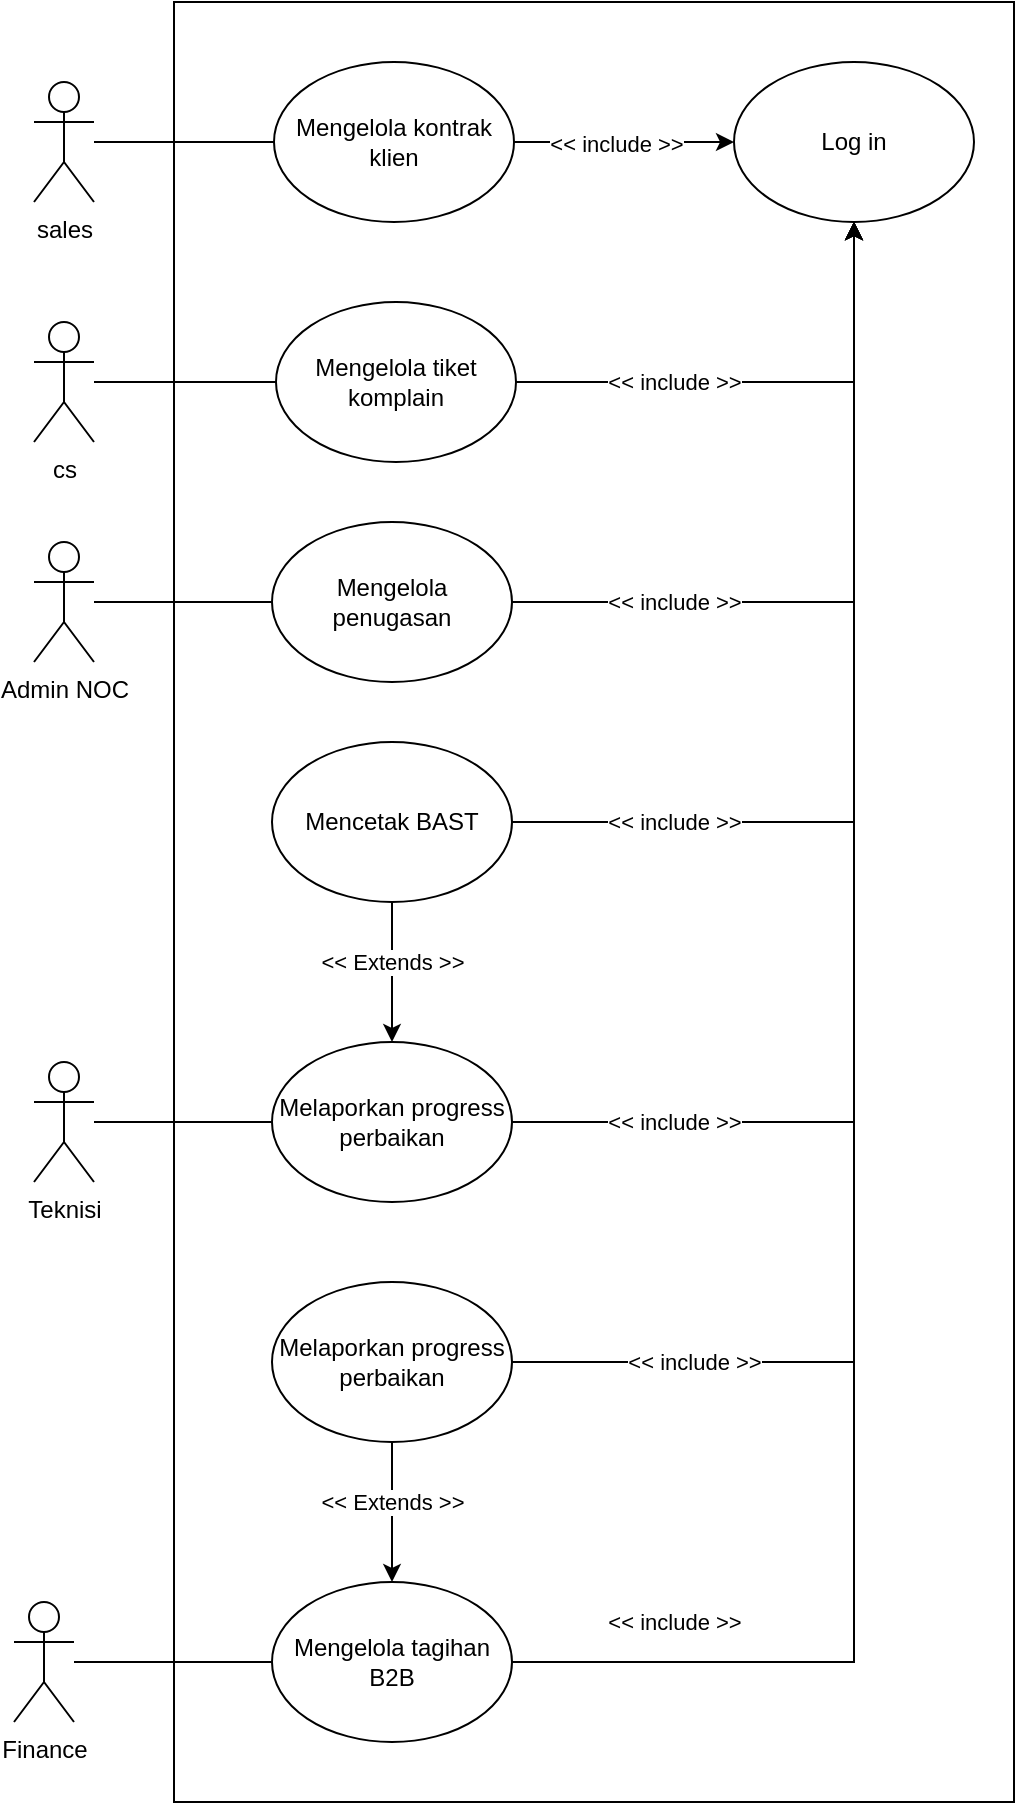
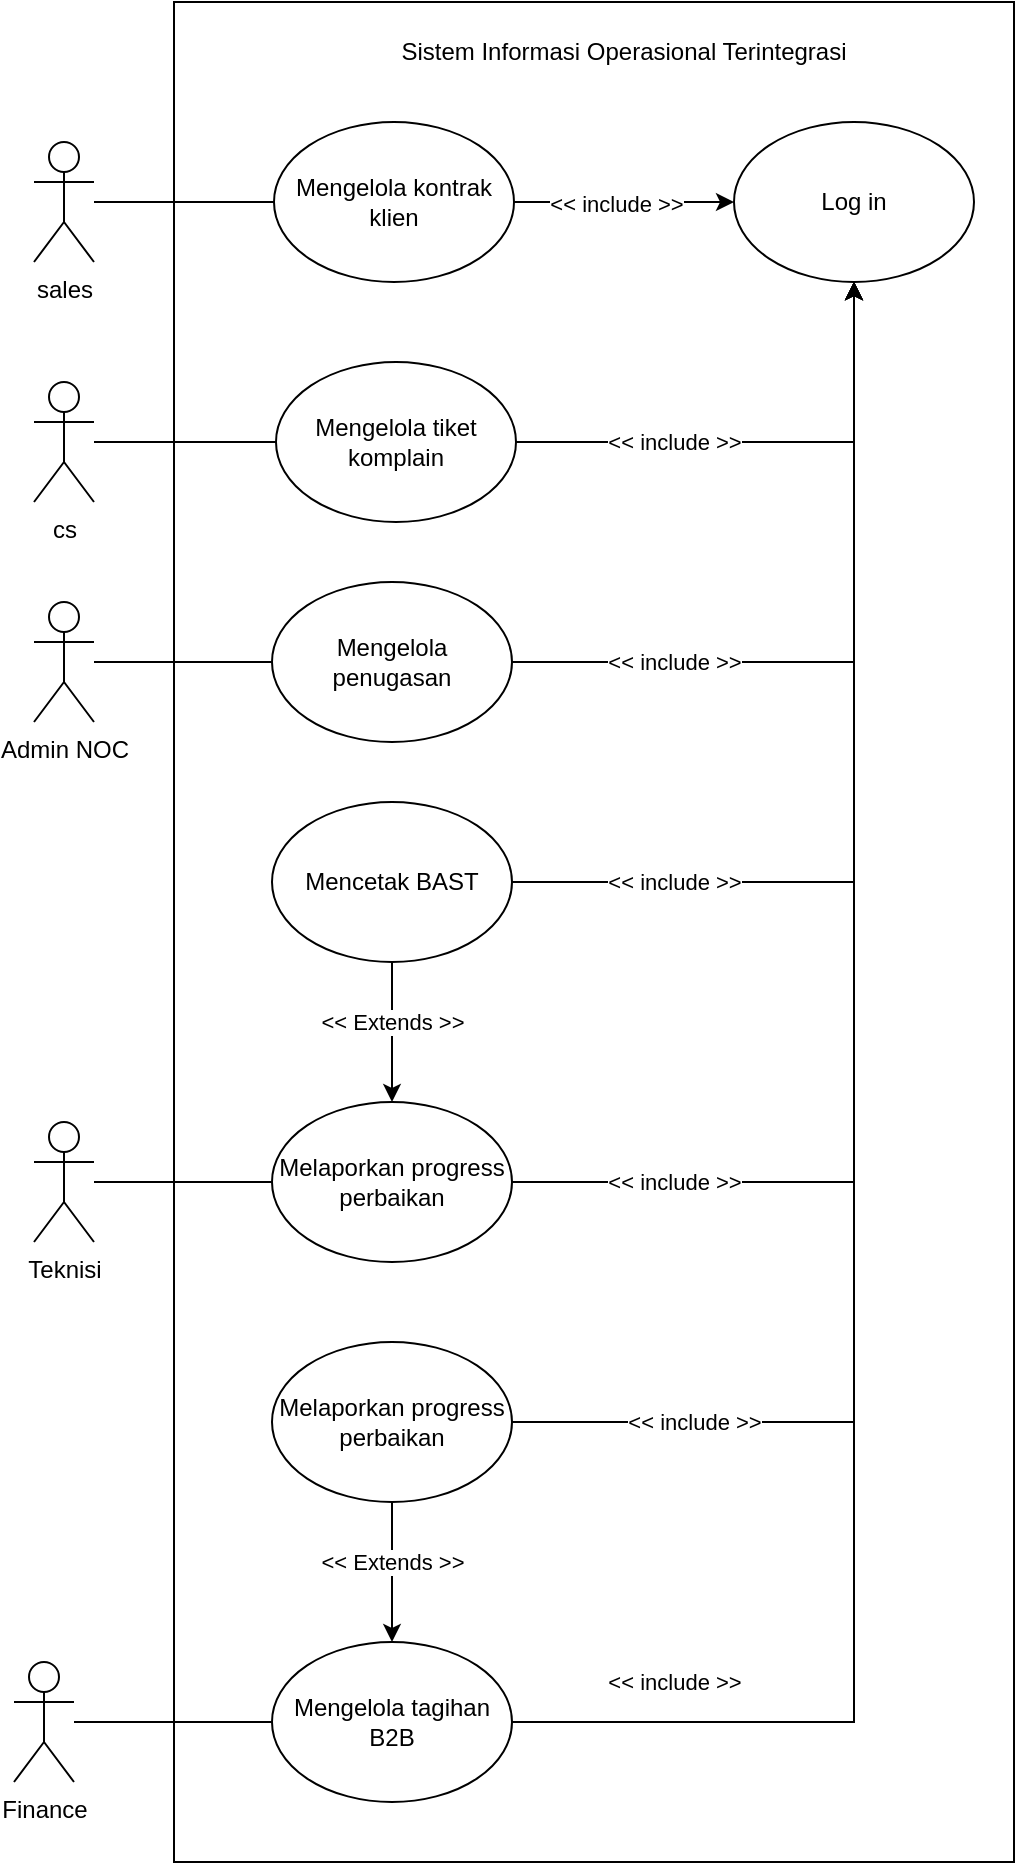
<mxfile host="app.diagrams.net">
  <diagram name="Halaman-1" id="tqs_mUWXiHPOxTAnvLCT">
-     <mxGraphModel dx="1471" dy="814" grid="1" gridSize="10" guides="1" tooltips="1" connect="1" arrows="1" fold="1" page="1" pageScale="1" pageWidth="827" pageHeight="1169" math="0" shadow="0">
+     <mxGraphModel dx="824" dy="456" grid="1" gridSize="10" guides="1" tooltips="1" connect="1" arrows="1" fold="1" page="1" pageScale="1" pageWidth="827" pageHeight="1169" math="0" shadow="0">
      <root>
        <mxCell id="0" />
        <mxCell id="1" parent="0" />
        <mxCell id="lVlfZHm6UShKGzl6mXll-13" edge="1" parent="1" source="lVlfZHm6UShKGzl6mXll-1" style="edgeStyle=orthogonalEdgeStyle;rounded=0;orthogonalLoop=1;jettySize=auto;html=1;entryX=0;entryY=0.5;entryDx=0;entryDy=0;endArrow=none;endFill=0;" target="lVlfZHm6UShKGzl6mXll-4">
          <mxGeometry relative="1" as="geometry" />
        </mxCell>
        <mxCell id="lVlfZHm6UShKGzl6mXll-1" parent="1" style="shape=umlActor;verticalLabelPosition=bottom;verticalAlign=top;html=1;outlineConnect=0;" value="sales" vertex="1">
          <mxGeometry height="60" width="30" x="150" y="100" as="geometry" />
        </mxCell>
        <mxCell id="lVlfZHm6UShKGzl6mXll-14" edge="1" parent="1" source="lVlfZHm6UShKGzl6mXll-2" style="edgeStyle=orthogonalEdgeStyle;rounded=0;orthogonalLoop=1;jettySize=auto;html=1;endArrow=none;endFill=0;" target="lVlfZHm6UShKGzl6mXll-5">
          <mxGeometry relative="1" as="geometry" />
        </mxCell>
        <mxCell id="lVlfZHm6UShKGzl6mXll-2" parent="1" style="shape=umlActor;verticalLabelPosition=bottom;verticalAlign=top;html=1;outlineConnect=0;" value="cs" vertex="1">
          <mxGeometry height="60" width="30" x="150" y="220" as="geometry" />
        </mxCell>
        <mxCell id="lVlfZHm6UShKGzl6mXll-16" edge="1" parent="1" source="lVlfZHm6UShKGzl6mXll-3" style="edgeStyle=orthogonalEdgeStyle;rounded=0;orthogonalLoop=1;jettySize=auto;html=1;entryX=0;entryY=0.5;entryDx=0;entryDy=0;endArrow=none;endFill=0;" target="lVlfZHm6UShKGzl6mXll-6">
          <mxGeometry relative="1" as="geometry" />
        </mxCell>
        <mxCell id="lVlfZHm6UShKGzl6mXll-3" parent="1" style="shape=umlActor;verticalLabelPosition=bottom;verticalAlign=top;html=1;outlineConnect=0;" value="Admin NOC" vertex="1">
          <mxGeometry height="60" width="30" x="150" y="330" as="geometry" />
        </mxCell>
        <mxCell id="lVlfZHm6UShKGzl6mXll-33" edge="1" parent="1" source="lVlfZHm6UShKGzl6mXll-4" style="edgeStyle=orthogonalEdgeStyle;rounded=0;orthogonalLoop=1;jettySize=auto;html=1;entryX=0;entryY=0.5;entryDx=0;entryDy=0;" target="lVlfZHm6UShKGzl6mXll-24">
          <mxGeometry relative="1" as="geometry" />
        </mxCell>
        <mxCell id="lVlfZHm6UShKGzl6mXll-34" connectable="0" parent="lVlfZHm6UShKGzl6mXll-33" style="edgeLabel;html=1;align=center;verticalAlign=middle;resizable=0;points=[];" value="&amp;lt;&amp;lt; include &amp;gt;&amp;gt;" vertex="1">
          <mxGeometry relative="1" x="-0.0814" y="-1" as="geometry">
            <mxPoint as="offset" />
          </mxGeometry>
        </mxCell>
        <mxCell id="lVlfZHm6UShKGzl6mXll-4" parent="1" style="ellipse;whiteSpace=wrap;html=1;" value="Mengelola kontrak klien&lt;span style=&quot;color: rgba(0, 0, 0, 0); font-family: monospace; font-size: 0px; text-align: start; white-space: nowrap;&quot;&gt;%3CmxGraphModel%3E%3Croot%3E%3CmxCell%20id%3D%220%22%2F%3E%3CmxCell%20id%3D%221%22%20parent%3D%220%22%2F%3E%3CmxCell%20id%3D%222%22%20parent%3D%221%22%20style%3D%22shape%3DumlActor%3BverticalLabelPosition%3Dbottom%3BverticalAlign%3Dtop%3Bhtml%3D1%3BoutlineConnect%3D0%3B%22%20value%3D%22cs%22%20vertex%3D%221%22%3E%3CmxGeometry%20height%3D%2260%22%20width%3D%2230%22%20x%3D%22150%22%20y%3D%22210%22%20as%3D%22geometry%22%2F%3E%3C%2FmxCell%3E%3C%2Froot%3E%3C%2FmxGraphModel%3E&lt;/span&gt;&lt;span style=&quot;color: rgba(0, 0, 0, 0); font-family: monospace; font-size: 0px; text-align: start; white-space: nowrap;&quot;&gt;%3CmxGraphModel%3E%3Croot%3E%3CmxCell%20id%3D%220%22%2F%3E%3CmxCell%20id%3D%221%22%20parent%3D%220%22%2F%3E%3CmxCell%20id%3D%222%22%20parent%3D%221%22%20style%3D%22shape%3DumlActor%3BverticalLabelPosition%3Dbottom%3BverticalAlign%3Dtop%3Bhtml%3D1%3BoutlineConnect%3D0%3B%22%20value%3D%22cs%22%20vertex%3D%221%22%3E%3CmxGeometry%20height%3D%2260%22%20width%3D%2230%22%20x%3D%22150%22%20y%3D%22210%22%20as%3D%22geometry%22%2F%3E%3C%2FmxCell%3E%3C%2Froot%3E%3C%2FmxGraphModel%3E&lt;/span&gt;" vertex="1">
          <mxGeometry height="80" width="120" x="270" y="90" as="geometry" />
        </mxCell>
        <mxCell id="lVlfZHm6UShKGzl6mXll-32" edge="1" parent="1" source="lVlfZHm6UShKGzl6mXll-5" style="edgeStyle=orthogonalEdgeStyle;rounded=0;orthogonalLoop=1;jettySize=auto;html=1;entryX=0.5;entryY=1;entryDx=0;entryDy=0;" target="lVlfZHm6UShKGzl6mXll-24">
          <mxGeometry relative="1" as="geometry" />
        </mxCell>
        <mxCell id="lVlfZHm6UShKGzl6mXll-5" parent="1" style="ellipse;whiteSpace=wrap;html=1;" value="Mengelola tiket komplain" vertex="1">
          <mxGeometry height="80" width="120" x="271" y="210" as="geometry" />
        </mxCell>
        <mxCell id="lVlfZHm6UShKGzl6mXll-25" edge="1" parent="1" source="lVlfZHm6UShKGzl6mXll-6" style="edgeStyle=orthogonalEdgeStyle;rounded=0;orthogonalLoop=1;jettySize=auto;html=1;" target="lVlfZHm6UShKGzl6mXll-24">
          <mxGeometry relative="1" as="geometry" />
        </mxCell>
        <mxCell id="lVlfZHm6UShKGzl6mXll-6" parent="1" style="ellipse;whiteSpace=wrap;html=1;" value="Mengelola penugasan" vertex="1">
          <mxGeometry height="80" width="120" x="269" y="320" as="geometry" />
        </mxCell>
        <mxCell id="lVlfZHm6UShKGzl6mXll-17" edge="1" parent="1" source="lVlfZHm6UShKGzl6mXll-7" style="edgeStyle=orthogonalEdgeStyle;rounded=0;orthogonalLoop=1;jettySize=auto;html=1;entryX=0.5;entryY=0;entryDx=0;entryDy=0;" target="lVlfZHm6UShKGzl6mXll-8">
          <mxGeometry relative="1" as="geometry" />
        </mxCell>
        <mxCell id="lVlfZHm6UShKGzl6mXll-31" edge="1" parent="1" source="lVlfZHm6UShKGzl6mXll-7" style="edgeStyle=orthogonalEdgeStyle;rounded=0;orthogonalLoop=1;jettySize=auto;html=1;entryX=0.5;entryY=1;entryDx=0;entryDy=0;" target="lVlfZHm6UShKGzl6mXll-24">
          <mxGeometry relative="1" as="geometry" />
        </mxCell>
        <mxCell id="lVlfZHm6UShKGzl6mXll-7" parent="1" style="ellipse;whiteSpace=wrap;html=1;" value="Mencetak BAST" vertex="1">
          <mxGeometry height="80" width="120" x="269" y="430" as="geometry" />
        </mxCell>
        <mxCell id="lVlfZHm6UShKGzl6mXll-27" edge="1" parent="1" source="lVlfZHm6UShKGzl6mXll-8" style="edgeStyle=orthogonalEdgeStyle;rounded=0;orthogonalLoop=1;jettySize=auto;html=1;" target="lVlfZHm6UShKGzl6mXll-24">
          <mxGeometry relative="1" as="geometry" />
        </mxCell>
        <mxCell id="lVlfZHm6UShKGzl6mXll-8" parent="1" style="ellipse;whiteSpace=wrap;html=1;" value="Melaporkan progress perbaikan" vertex="1">
          <mxGeometry height="80" width="120" x="269" y="580" as="geometry" />
        </mxCell>
        <mxCell id="lVlfZHm6UShKGzl6mXll-23" edge="1" parent="1" source="lVlfZHm6UShKGzl6mXll-9" style="edgeStyle=orthogonalEdgeStyle;rounded=0;orthogonalLoop=1;jettySize=auto;html=1;entryX=0.5;entryY=0;entryDx=0;entryDy=0;" target="lVlfZHm6UShKGzl6mXll-10">
          <mxGeometry relative="1" as="geometry" />
        </mxCell>
        <mxCell id="lVlfZHm6UShKGzl6mXll-29" edge="1" parent="1" source="lVlfZHm6UShKGzl6mXll-9" style="edgeStyle=orthogonalEdgeStyle;rounded=0;orthogonalLoop=1;jettySize=auto;html=1;entryX=0.5;entryY=1;entryDx=0;entryDy=0;" target="lVlfZHm6UShKGzl6mXll-24">
          <mxGeometry relative="1" as="geometry" />
        </mxCell>
        <mxCell id="lVlfZHm6UShKGzl6mXll-9" parent="1" style="ellipse;whiteSpace=wrap;html=1;" value="Melaporkan progress perbaikan" vertex="1">
          <mxGeometry height="80" width="120" x="269" y="700" as="geometry" />
        </mxCell>
        <mxCell id="lVlfZHm6UShKGzl6mXll-30" edge="1" parent="1" source="lVlfZHm6UShKGzl6mXll-10" style="edgeStyle=orthogonalEdgeStyle;rounded=0;orthogonalLoop=1;jettySize=auto;html=1;" target="lVlfZHm6UShKGzl6mXll-24">
          <mxGeometry relative="1" as="geometry" />
        </mxCell>
        <mxCell id="lVlfZHm6UShKGzl6mXll-10" parent="1" style="ellipse;whiteSpace=wrap;html=1;" value="Mengelola tagihan B2B" vertex="1">
          <mxGeometry height="80" width="120" x="269" y="850" as="geometry" />
        </mxCell>
        <mxCell id="lVlfZHm6UShKGzl6mXll-19" edge="1" parent="1" source="lVlfZHm6UShKGzl6mXll-18" style="edgeStyle=orthogonalEdgeStyle;rounded=0;orthogonalLoop=1;jettySize=auto;html=1;endArrow=none;endFill=0;" target="lVlfZHm6UShKGzl6mXll-8">
          <mxGeometry relative="1" as="geometry" />
        </mxCell>
        <mxCell id="lVlfZHm6UShKGzl6mXll-18" parent="1" style="shape=umlActor;verticalLabelPosition=bottom;verticalAlign=top;html=1;outlineConnect=0;" value="Teknisi" vertex="1">
          <mxGeometry height="60" width="30" x="150" y="590" as="geometry" />
        </mxCell>
        <mxCell id="lVlfZHm6UShKGzl6mXll-21" edge="1" parent="1" source="lVlfZHm6UShKGzl6mXll-20" style="edgeStyle=orthogonalEdgeStyle;rounded=0;orthogonalLoop=1;jettySize=auto;html=1;endArrow=none;endFill=0;" target="lVlfZHm6UShKGzl6mXll-10">
          <mxGeometry relative="1" as="geometry" />
        </mxCell>
        <mxCell id="lVlfZHm6UShKGzl6mXll-20" parent="1" style="shape=umlActor;verticalLabelPosition=bottom;verticalAlign=top;html=1;outlineConnect=0;" value="Finance" vertex="1">
          <mxGeometry height="60" width="30" x="140" y="860" as="geometry" />
        </mxCell>
        <mxCell id="lVlfZHm6UShKGzl6mXll-24" parent="1" style="ellipse;whiteSpace=wrap;html=1;" value="Log in" vertex="1">
          <mxGeometry height="80" width="120" x="500" y="90" as="geometry" />
        </mxCell>
        <mxCell id="lVlfZHm6UShKGzl6mXll-35" connectable="0" parent="1" style="edgeLabel;html=1;align=center;verticalAlign=middle;resizable=0;points=[];" value="&amp;lt;&amp;lt; include &amp;gt;&amp;gt;" vertex="1">
          <mxGeometry x="470" y="250" as="geometry" />
        </mxCell>
        <mxCell id="lVlfZHm6UShKGzl6mXll-37" connectable="0" parent="1" style="edgeLabel;html=1;align=center;verticalAlign=middle;resizable=0;points=[];" value="&amp;lt;&amp;lt; include &amp;gt;&amp;gt;" vertex="1">
          <mxGeometry x="470" y="360" as="geometry" />
        </mxCell>
        <mxCell id="lVlfZHm6UShKGzl6mXll-40" connectable="0" parent="1" style="edgeLabel;html=1;align=center;verticalAlign=middle;resizable=0;points=[];" value="&amp;lt;&amp;lt; include &amp;gt;&amp;gt;" vertex="1">
          <mxGeometry x="470" y="470" as="geometry" />
        </mxCell>
        <mxCell id="lVlfZHm6UShKGzl6mXll-45" connectable="0" parent="1" style="edgeLabel;html=1;align=center;verticalAlign=middle;resizable=0;points=[];" value="&amp;lt;&amp;lt; Extends &amp;gt;&amp;gt;" vertex="1">
          <mxGeometry x="329" y="540" as="geometry" />
        </mxCell>
        <mxCell id="lVlfZHm6UShKGzl6mXll-48" connectable="0" parent="1" style="edgeLabel;html=1;align=center;verticalAlign=middle;resizable=0;points=[];" value="&amp;lt;&amp;lt; include &amp;gt;&amp;gt;" vertex="1">
          <mxGeometry x="470" y="620" as="geometry" />
        </mxCell>
        <mxCell id="lVlfZHm6UShKGzl6mXll-49" connectable="0" parent="1" style="edgeLabel;html=1;align=center;verticalAlign=middle;resizable=0;points=[];" value="&amp;lt;&amp;lt; include &amp;gt;&amp;gt;" vertex="1">
          <mxGeometry x="476" y="868" as="geometry">
            <mxPoint x="-6" y="2" as="offset" />
          </mxGeometry>
        </mxCell>
        <mxCell id="lVlfZHm6UShKGzl6mXll-50" connectable="0" parent="1" style="edgeLabel;html=1;align=center;verticalAlign=middle;resizable=0;points=[];" value="&amp;lt;&amp;lt; include &amp;gt;&amp;gt;" vertex="1">
          <mxGeometry x="480" y="740" as="geometry" />
        </mxCell>
        <mxCell id="lVlfZHm6UShKGzl6mXll-51" connectable="0" parent="1" style="edgeLabel;html=1;align=center;verticalAlign=middle;resizable=0;points=[];" value="&amp;lt;&amp;lt; Extends &amp;gt;&amp;gt;" vertex="1">
          <mxGeometry x="329" y="810" as="geometry" />
        </mxCell>
        <mxCell id="lVlfZHm6UShKGzl6mXll-52" parent="1" style="rounded=0;whiteSpace=wrap;html=1;fillColor=none;" value="" vertex="1">
-           <mxGeometry height="900" width="420" x="220" y="60" as="geometry" />
+           <mxGeometry height="930" width="420" x="220" y="30" as="geometry" />
+         </mxCell>
+         <mxCell id="yMOEb1umcnTsUppxUYJv-2" parent="1" style="text;html=1;whiteSpace=wrap;strokeColor=none;fillColor=none;align=center;verticalAlign=middle;rounded=0;" value="Sistem Informasi Operasional Terintegrasi" vertex="1">
+           <mxGeometry height="30" width="250" x="320" y="40" as="geometry" />
        </mxCell>
      </root>
    </mxGraphModel>
  </diagram>
</mxfile>
